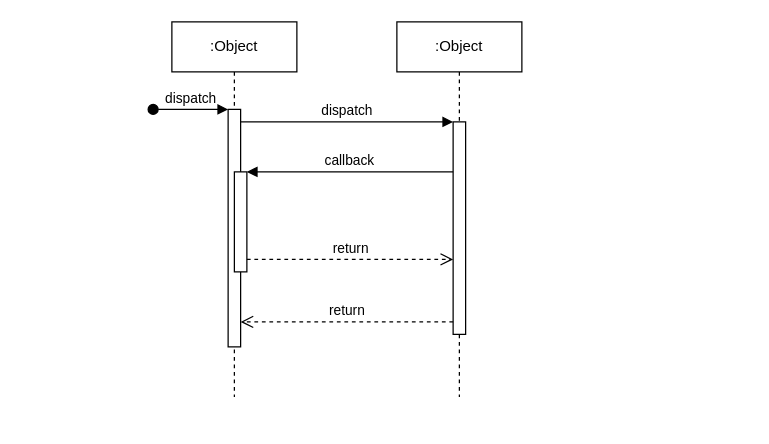
Above: Diagrama de sequencia.drawio in Fconeto/Projeto-APS (draw.io), before the change. Source tidied: cells renumbered, new cells numbered last; positions are measured from the earlier drawing's top-left corner, leaving out a move shared by most shapes. Both pictures are drawn from the tidied source at 125%, with x=0, y=0 at pixel (152, 21).
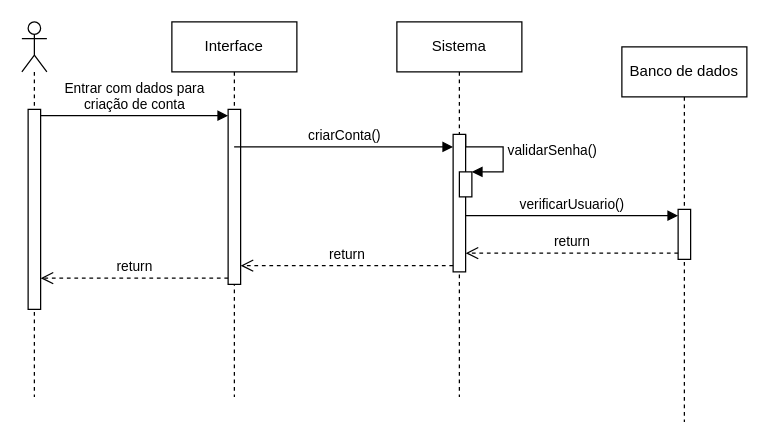
After the change.

Commit message:
Actualizar Diagrama de sequencia

Change to the diagram source:
```diff
@@
-    <mxCell id="2" value=":Object" style="shape=umlLifeline;perimeter=lifelinePerimeter;whiteSpace=wrap;html=1;newEdgeStyle={&quot;edgeStyle&quot;:&quot;elbowEdgeStyle&quot;,&quot;elbow&quot;:&quot;vertical&quot;,&quot;curved&quot;:0,&quot;rounded&quot;:0};" parent="1" vertex="1">
+    <mxCell id="2" value="Interface" style="shape=umlLifeline;perimeter=lifelinePerimeter;whiteSpace=wrap;html=1;newEdgeStyle={&quot;edgeStyle&quot;:&quot;elbowEdgeStyle&quot;,&quot;elbow&quot;:&quot;vertical&quot;,&quot;curved&quot;:0,&quot;rounded&quot;:0};" parent="1" vertex="1">
       <mxGeometry x="15" width="100" height="300" as="geometry" />
     </mxCell>
-    <mxCell id="3" style="html=1;points=[];perimeter=orthogonalPerimeter;outlineConnect=0;targetShapes=umlLifeline;portConstraint=eastwest;newEdgeStyle={&quot;edgeStyle&quot;:&quot;elbowEdgeStyle&quot;,&quot;elbow&quot;:&quot;vertical&quot;,&quot;curved&quot;:0,&quot;rounded&quot;:0};" parent="2" vertex="1">
-      <mxGeometry x="45" y="70" width="10" height="190" as="geometry" />
-    </mxCell>
-    <mxCell id="4" value="dispatch" style="html=1;verticalAlign=bottom;startArrow=oval;endArrow=block;startSize=8;edgeStyle=elbowEdgeStyle;elbow=vertical;curved=0;rounded=0;" parent="2" edge="1" target="3">
-      <mxGeometry relative="1" as="geometry">
-        <mxPoint x="-15" y="70" as="sourcePoint" />
-      </mxGeometry>
-    </mxCell>
-    <mxCell id="5" style="html=1;points=[];perimeter=orthogonalPerimeter;outlineConnect=0;targetShapes=umlLifeline;portConstraint=eastwest;newEdgeStyle={&quot;edgeStyle&quot;:&quot;elbowEdgeStyle&quot;,&quot;elbow&quot;:&quot;vertical&quot;,&quot;curved&quot;:0,&quot;rounded&quot;:0};" parent="2" vertex="1">
-      <mxGeometry x="50" y="120" width="10" height="80" as="geometry" />
-    </mxCell>
+    <mxCell id="12" style="html=1;points=[[0,0,0,0,5],[0,1,0,0,-5],[1,0,0,0,5],[1,1,0,0,-5]];perimeter=orthogonalPerimeter;outlineConnect=0;targetShapes=umlLifeline;portConstraint=eastwest;newEdgeStyle={&quot;curved&quot;:0,&quot;rounded&quot;:0};" parent="2" vertex="1">
+      <mxGeometry x="45" y="70" width="10" height="140" as="geometry" />
+    </mxCell>
-    <mxCell id="6" value=":Object" style="shape=umlLifeline;perimeter=lifelinePerimeter;whiteSpace=wrap;html=1;newEdgeStyle={&quot;edgeStyle&quot;:&quot;elbowEdgeStyle&quot;,&quot;elbow&quot;:&quot;vertical&quot;,&quot;curved&quot;:0,&quot;rounded&quot;:0};" parent="1" vertex="1">
+    <mxCell id="6" value="Sistema" style="shape=umlLifeline;perimeter=lifelinePerimeter;whiteSpace=wrap;html=1;newEdgeStyle={&quot;edgeStyle&quot;:&quot;elbowEdgeStyle&quot;,&quot;elbow&quot;:&quot;vertical&quot;,&quot;curved&quot;:0,&quot;rounded&quot;:0};" parent="1" vertex="1">
       <mxGeometry x="195" width="100" height="300" as="geometry" />
     </mxCell>
-    <mxCell id="7" style="html=1;points=[];perimeter=orthogonalPerimeter;outlineConnect=0;targetShapes=umlLifeline;portConstraint=eastwest;newEdgeStyle={&quot;edgeStyle&quot;:&quot;elbowEdgeStyle&quot;,&quot;elbow&quot;:&quot;vertical&quot;,&quot;curved&quot;:0,&quot;rounded&quot;:0};" parent="6" vertex="1">
-      <mxGeometry x="45" y="80" width="10" height="170" as="geometry" />
-    </mxCell>
-    <mxCell id="8" value="dispatch" style="html=1;verticalAlign=bottom;endArrow=block;edgeStyle=elbowEdgeStyle;elbow=vertical;curved=0;rounded=0;" parent="1" edge="1" source="3" target="7">
-      <mxGeometry relative="1" as="geometry">
-        <Array as="points">
-          <mxPoint x="155" y="80" />
-        </Array>
-      </mxGeometry>
-    </mxCell>
-    <mxCell id="9" value="return" style="html=1;verticalAlign=bottom;endArrow=open;dashed=1;endSize=8;edgeStyle=elbowEdgeStyle;elbow=vertical;curved=0;rounded=0;" parent="1" edge="1" source="7" target="3">
-      <mxGeometry relative="1" as="geometry">
-        <Array as="points">
-          <mxPoint x="165" y="240" />
-        </Array>
-      </mxGeometry>
-    </mxCell>
-    <mxCell id="10" value="callback" style="html=1;verticalAlign=bottom;endArrow=block;edgeStyle=elbowEdgeStyle;elbow=vertical;curved=0;rounded=0;" parent="1" edge="1" source="7" target="5">
-      <mxGeometry relative="1" as="geometry">
-        <Array as="points">
-          <mxPoint x="165" y="120" />
-        </Array>
-      </mxGeometry>
-    </mxCell>
-    <mxCell id="11" value="return" style="html=1;verticalAlign=bottom;endArrow=open;dashed=1;endSize=8;edgeStyle=elbowEdgeStyle;elbow=vertical;curved=0;rounded=0;" parent="1" edge="1" source="5" target="7">
-      <mxGeometry relative="1" as="geometry">
-        <Array as="points">
-          <mxPoint x="155" y="190" />
-        </Array>
-      </mxGeometry>
-    </mxCell>
+    <mxCell id="13" style="html=1;points=[[0,0,0,0,5],[0,1,0,0,-5],[1,0,0,0,5],[1,1,0,0,-5]];perimeter=orthogonalPerimeter;outlineConnect=0;targetShapes=umlLifeline;portConstraint=eastwest;newEdgeStyle={&quot;curved&quot;:0,&quot;rounded&quot;:0};" parent="6" vertex="1">
+      <mxGeometry x="45" y="90" width="10" height="110" as="geometry" />
+    </mxCell>
+    <mxCell id="14" style="html=1;points=[[0,0,0,0,5],[0,1,0,0,-5],[1,0,0,0,5],[1,1,0,0,-5]];perimeter=orthogonalPerimeter;outlineConnect=0;targetShapes=umlLifeline;portConstraint=eastwest;newEdgeStyle={&quot;curved&quot;:0,&quot;rounded&quot;:0};" parent="6" vertex="1">
+      <mxGeometry x="50" y="120" width="10" height="20" as="geometry" />
+    </mxCell>
+    <mxCell id="15" value="validarSenha()" style="html=1;align=left;spacingLeft=2;endArrow=block;rounded=0;edgeStyle=orthogonalEdgeStyle;curved=0;rounded=0;" parent="6" edge="1" target="14">
+      <mxGeometry relative="1" as="geometry">
+        <mxPoint x="55" y="90" as="sourcePoint" />
+        <Array as="points">
+          <mxPoint x="55" y="100" />
+          <mxPoint x="85" y="100" />
+          <mxPoint x="85" y="120" />
+        </Array>
+      </mxGeometry>
+    </mxCell>
+    <mxCell id="16" value="Banco de dados" style="shape=umlLifeline;perimeter=lifelinePerimeter;whiteSpace=wrap;html=1;newEdgeStyle={&quot;edgeStyle&quot;:&quot;elbowEdgeStyle&quot;,&quot;elbow&quot;:&quot;vertical&quot;,&quot;curved&quot;:0,&quot;rounded&quot;:0};" parent="1" vertex="1">
+      <mxGeometry x="375" y="20" width="100" height="300" as="geometry" />
+    </mxCell>
+    <mxCell id="17" style="html=1;points=[[0,0,0,0,5],[0,1,0,0,-5],[1,0,0,0,5],[1,1,0,0,-5]];perimeter=orthogonalPerimeter;outlineConnect=0;targetShapes=umlLifeline;portConstraint=eastwest;newEdgeStyle={&quot;curved&quot;:0,&quot;rounded&quot;:0};" parent="16" vertex="1">
+      <mxGeometry x="45" y="130" width="10" height="40" as="geometry" />
+    </mxCell>
+    <mxCell id="18" style="shape=umlLifeline;perimeter=lifelinePerimeter;whiteSpace=wrap;html=1;newEdgeStyle={&quot;curved&quot;:0,&quot;rounded&quot;:0};participant=umlActor;" parent="1" vertex="1">
+      <mxGeometry x="-105" width="20" height="300" as="geometry" />
+    </mxCell>
+    <mxCell id="19" style="html=1;points=[[0,0,0,0,5],[0,1,0,0,-5],[1,0,0,0,5],[1,1,0,0,-5]];perimeter=orthogonalPerimeter;outlineConnect=0;targetShapes=umlLifeline;portConstraint=eastwest;newEdgeStyle={&quot;curved&quot;:0,&quot;rounded&quot;:0};" parent="18" vertex="1">
+      <mxGeometry x="5" y="70" width="10" height="160" as="geometry" />
+    </mxCell>
+    <mxCell id="20" value="Entrar com dados para&lt;div&gt;criação de conta&lt;/div&gt;" style="html=1;verticalAlign=bottom;startArrow=none;endArrow=block;startSize=8;curved=0;rounded=0;entryX=0;entryY=0;entryDx=0;entryDy=5;exitX=1;exitY=0;exitDx=0;exitDy=5;exitPerimeter=0;startFill=0;" parent="1" edge="1" source="19" target="12">
+      <mxGeometry relative="1" as="geometry" />
+    </mxCell>
+    <mxCell id="21" value="criarConta()" style="html=1;verticalAlign=bottom;startArrow=none;endArrow=block;startSize=8;curved=0;rounded=0;startFill=0;" parent="1" edge="1">
+      <mxGeometry relative="1" as="geometry">
+        <mxPoint x="64.8" y="100" as="sourcePoint" />
+        <mxPoint x="240" y="100" as="targetPoint" />
+      </mxGeometry>
+    </mxCell>
+    <mxCell id="22" value="verificarUsuario()" style="html=1;verticalAlign=bottom;startArrow=none;endArrow=block;startSize=8;curved=0;rounded=0;entryX=0;entryY=0;entryDx=0;entryDy=5;startFill=0;" parent="1" edge="1" source="13" target="17">
+      <mxGeometry relative="1" as="geometry" />
+    </mxCell>
+    <mxCell id="23" value="return" style="html=1;verticalAlign=bottom;endArrow=open;dashed=1;endSize=8;curved=0;rounded=0;exitX=0;exitY=1;exitDx=0;exitDy=-5;exitPerimeter=0;" parent="1" edge="1" source="17" target="13">
+      <mxGeometry relative="1" as="geometry" />
+    </mxCell>
+    <mxCell id="24" value="return" style="html=1;verticalAlign=bottom;endArrow=open;dashed=1;endSize=8;curved=0;rounded=0;exitX=0;exitY=1;exitDx=0;exitDy=-5;exitPerimeter=0;" parent="1" edge="1" source="13" target="12">
+      <mxGeometry relative="1" as="geometry" />
+    </mxCell>
+    <mxCell id="25" value="return" style="html=1;verticalAlign=bottom;endArrow=open;dashed=1;endSize=8;curved=0;rounded=0;exitX=0;exitY=1;exitDx=0;exitDy=-5;exitPerimeter=0;" parent="1" edge="1" source="12" target="19">
+      <mxGeometry relative="1" as="geometry" />
+    </mxCell>
```
